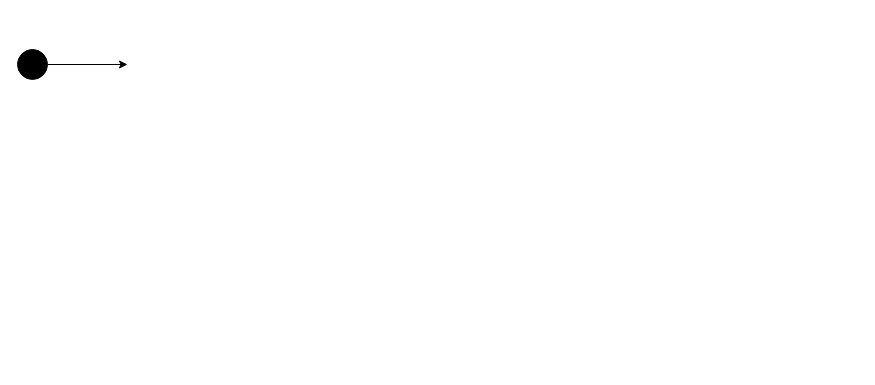
The draw.io diagram StateDiagram v1.drawio in Yash7200/CP-1, before the edit. Source tidied: cells renumbered, new cells numbered last; positions are measured from the earlier drawing's top-left corner, leaving out a move shared by most shapes. Both pictures are drawn from the tidied source at 100%, with x=0, y=0 at pixel (17, 49).
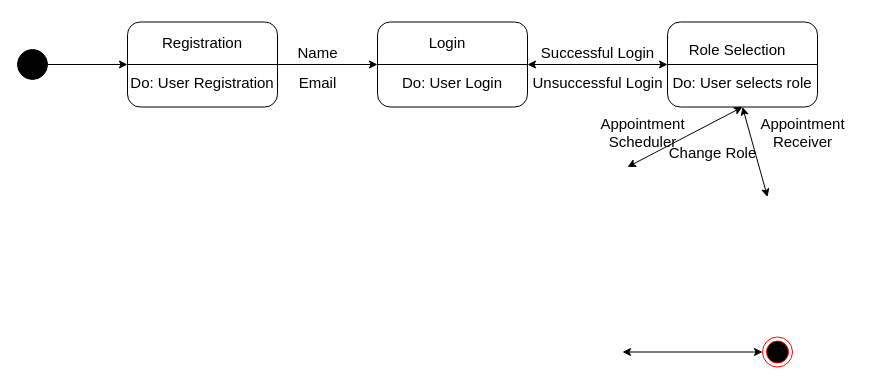
Above is the later version.

The change refers to these unchanged cells:
```xml
<mxCell id="2" style="ellipse;whiteSpace=wrap;html=1;strokeColor=#000000;fillColor=#000000;" parent="1" vertex="1">
  <mxGeometry width="30" height="30" as="geometry" />
</mxCell>
```

The edit, as a diff of the source:
```diff
@@
-    <mxCell id="3" style="endArrow=classic;html=1;rounded=0;exitX=1;exitY=0.5;exitDx=0;exitDy=0;" parent="1" edge="1" source="2">
-      <mxGeometry relative="1" as="geometry">
-        <mxPoint x="110" y="15" as="targetPoint" />
-      </mxGeometry>
+    <mxCell id="3" style="endArrow=classic;html=1;rounded=0;exitX=1;exitY=0.5;exitDx=0;exitDy=0;entryX=0;entryY=0.5;entryDx=0;entryDy=0;" parent="1" edge="1" source="2" target="6">
+      <mxGeometry relative="1" as="geometry" />
     </mxCell>
+    <mxCell id="4" style="ellipse;html=1;shape=endState;fillColor=#000000;strokeColor=#ff0000;fontSize=12;fontColor=#000000;" parent="1" vertex="1">
+      <mxGeometry x="745" y="287.5" width="30" height="30" as="geometry" />
+    </mxCell>
+    <mxCell id="5" style="endArrow=classic;startArrow=classic;html=1;rounded=0;labelBorderColor=none;strokeColor=#000000;fontSize=12;fontColor=#000000;entryX=0;entryY=0.5;entryDx=0;entryDy=0;" parent="1" edge="1" target="4">
+      <mxGeometry relative="1" as="geometry">
+        <mxPoint x="605" y="302.5" as="sourcePoint" />
+      </mxGeometry>
+    </mxCell>
+    <mxCell id="6" style="rounded=1;whiteSpace=wrap;html=1;fontSize=12;fontColor=#000000;verticalAlign=top;" parent="1" vertex="1">
+      <mxGeometry x="110" y="-27.5" width="150" height="85" as="geometry" />
+    </mxCell>
+    <mxCell id="7" style="endArrow=none;html=1;rounded=0;labelBorderColor=none;strokeColor=#000000;fontSize=12;fontColor=#000000;exitX=0;exitY=0.5;exitDx=0;exitDy=0;entryX=1;entryY=0.5;entryDx=0;entryDy=0;" parent="1" edge="1" source="6" target="6">
+      <mxGeometry relative="1" as="geometry" />
+    </mxCell>
+    <mxCell id="8" value="Registration" style="text;html=1;strokeColor=none;fillColor=none;align=center;verticalAlign=middle;whiteSpace=wrap;rounded=0;fontSize=15;fontColor=#000000;" parent="1" vertex="1">
+      <mxGeometry x="155" y="-22.5" width="60" height="30" as="geometry" />
+    </mxCell>
+    <mxCell id="9" value="Do: User Registration" style="text;html=1;strokeColor=none;fillColor=none;align=center;verticalAlign=middle;whiteSpace=wrap;rounded=0;fontSize=15;fontColor=#000000;" parent="1" vertex="1">
+      <mxGeometry x="110" y="17.5" width="150" height="30" as="geometry" />
+    </mxCell>
+    <mxCell id="10" style="rounded=1;whiteSpace=wrap;html=1;fontSize=12;fontColor=#000000;verticalAlign=top;" parent="1" vertex="1">
+      <mxGeometry x="360" y="-27.5" width="150" height="85" as="geometry" />
+    </mxCell>
+    <mxCell id="11" style="endArrow=classic;html=1;rounded=0;exitX=1;exitY=0.5;exitDx=0;exitDy=0;entryX=0;entryY=0.5;entryDx=0;entryDy=0;" parent="1" edge="1" source="6" target="10">
+      <mxGeometry relative="1" as="geometry" />
+    </mxCell>
+    <mxCell id="12" value="Name" style="text;html=1;align=center;verticalAlign=middle;strokeColor=none;fillColor=none;fontSize=15;fontColor=#000000;" parent="1" vertex="1">
+      <mxGeometry x="270" y="-12.5" width="60" height="30" as="geometry" />
+    </mxCell>
+    <mxCell id="13" value="Email" style="text;html=1;align=center;verticalAlign=middle;strokeColor=none;fillColor=none;fontSize=15;fontColor=#000000;" parent="1" vertex="1">
+      <mxGeometry x="270" y="17.5" width="60" height="30" as="geometry" />
+    </mxCell>
+    <mxCell id="14" style="endArrow=none;html=1;rounded=0;labelBorderColor=none;strokeColor=#000000;fontSize=12;fontColor=#000000;exitX=0;exitY=0.5;exitDx=0;exitDy=0;entryX=1;entryY=0.5;entryDx=0;entryDy=0;" parent="1" edge="1" source="10" target="10">
+      <mxGeometry relative="1" as="geometry" />
+    </mxCell>
+    <mxCell id="15" value="Login" style="text;html=1;strokeColor=none;fillColor=none;align=center;verticalAlign=middle;whiteSpace=wrap;rounded=0;fontSize=15;fontColor=#000000;" parent="1" vertex="1">
+      <mxGeometry x="400" y="-32.5" width="60" height="50" as="geometry" />
+    </mxCell>
+    <mxCell id="16" value="Do: User Login" style="text;html=1;strokeColor=none;fillColor=none;align=center;verticalAlign=middle;whiteSpace=wrap;rounded=0;fontSize=15;fontColor=#000000;" parent="1" vertex="1">
+      <mxGeometry x="380" y="17.5" width="110" height="30" as="geometry" />
+    </mxCell>
+    <mxCell id="17" style="endArrow=classic;startArrow=classic;html=1;rounded=0;labelBorderColor=none;strokeColor=#000000;fontSize=15;fontColor=#000000;entryX=0;entryY=0.5;entryDx=0;entryDy=0;" parent="1" edge="1" source="10" target="18">
+      <mxGeometry relative="1" as="geometry" />
+    </mxCell>
+    <mxCell id="18" style="rounded=1;whiteSpace=wrap;html=1;fontSize=12;fontColor=#000000;verticalAlign=top;" parent="1" vertex="1">
+      <mxGeometry x="650" y="-27.5" width="150" height="85" as="geometry" />
+    </mxCell>
+    <mxCell id="19" style="endArrow=none;html=1;rounded=0;labelBorderColor=none;strokeColor=#000000;fontSize=15;fontColor=#000000;entryX=1;entryY=0.5;entryDx=0;entryDy=0;exitX=0;exitY=0.5;exitDx=0;exitDy=0;" parent="1" edge="1" source="18" target="18">
+      <mxGeometry relative="1" as="geometry" />
+    </mxCell>
+    <mxCell id="20" value="Role Selection" style="text;html=1;strokeColor=none;fillColor=none;align=center;verticalAlign=middle;whiteSpace=wrap;rounded=0;fontSize=15;fontColor=#000000;" parent="1" vertex="1">
+      <mxGeometry x="670" y="-22.5" width="100" height="45" as="geometry" />
+    </mxCell>
+    <mxCell id="21" value="Do: User selects role" style="text;html=1;strokeColor=none;fillColor=none;align=center;verticalAlign=middle;whiteSpace=wrap;rounded=0;fontSize=15;fontColor=#000000;" parent="1" vertex="1">
+      <mxGeometry x="650" y="17.5" width="150" height="30" as="geometry" />
+    </mxCell>
+    <mxCell id="22" value="Successful Login" style="text;html=1;align=center;verticalAlign=middle;strokeColor=none;fillColor=none;fontSize=15;fontColor=#000000;" parent="1" vertex="1">
+      <mxGeometry x="510" y="-12.5" width="140" height="30" as="geometry" />
+    </mxCell>
+    <mxCell id="23" value="Unsuccessful Login" style="text;html=1;align=center;verticalAlign=middle;strokeColor=none;fillColor=none;fontSize=15;fontColor=#000000;" parent="1" vertex="1">
+      <mxGeometry x="505" y="17.5" width="150" height="30" as="geometry" />
+    </mxCell>
+    <mxCell id="24" style="endArrow=classic;startArrow=classic;html=1;rounded=0;labelBorderColor=none;strokeColor=#000000;fontSize=12;fontColor=#000000;exitX=0.5;exitY=1;exitDx=0;exitDy=0;" parent="1" edge="1" source="18">
+      <mxGeometry relative="1" as="geometry">
+        <mxPoint x="750" y="147.5" as="targetPoint" />
+      </mxGeometry>
+    </mxCell>
+    <mxCell id="25" style="endArrow=classic;startArrow=classic;html=1;rounded=0;labelBorderColor=none;strokeColor=#000000;fontSize=12;fontColor=#000000;entryX=0.5;entryY=1;entryDx=0;entryDy=0;" parent="1" edge="1" target="18">
+      <mxGeometry relative="1" as="geometry">
+        <mxPoint x="610" y="117.5" as="sourcePoint" />
+      </mxGeometry>
+    </mxCell>
+    <mxCell id="26" value="&lt;div&gt;Appointment &lt;br&gt;&lt;/div&gt;&lt;div&gt;Scheduler&lt;br&gt;&lt;/div&gt;" style="text;html=1;align=center;verticalAlign=middle;strokeColor=none;fillColor=none;fontSize=15;fontColor=#000000;rotation=0;" parent="1" vertex="1">
+      <mxGeometry x="570" y="57.5" width="110" height="50" as="geometry" />
+    </mxCell>
+    <mxCell id="27" value="Change Role" style="text;html=1;align=center;verticalAlign=middle;strokeColor=none;fillColor=none;fontSize=15;fontColor=#000000;" parent="1" vertex="1">
+      <mxGeometry x="640" y="87.5" width="110" height="30" as="geometry" />
+    </mxCell>
+    <mxCell id="28" value="&lt;div&gt;Appointment &lt;br&gt;&lt;/div&gt;&lt;div&gt;Receiver&lt;br&gt;&lt;/div&gt;" style="text;html=1;align=center;verticalAlign=middle;strokeColor=none;fillColor=none;fontSize=15;fontColor=#000000;rotation=0;" parent="1" vertex="1">
+      <mxGeometry x="730" y="57.5" width="110" height="50" as="geometry" />
+    </mxCell>
```
